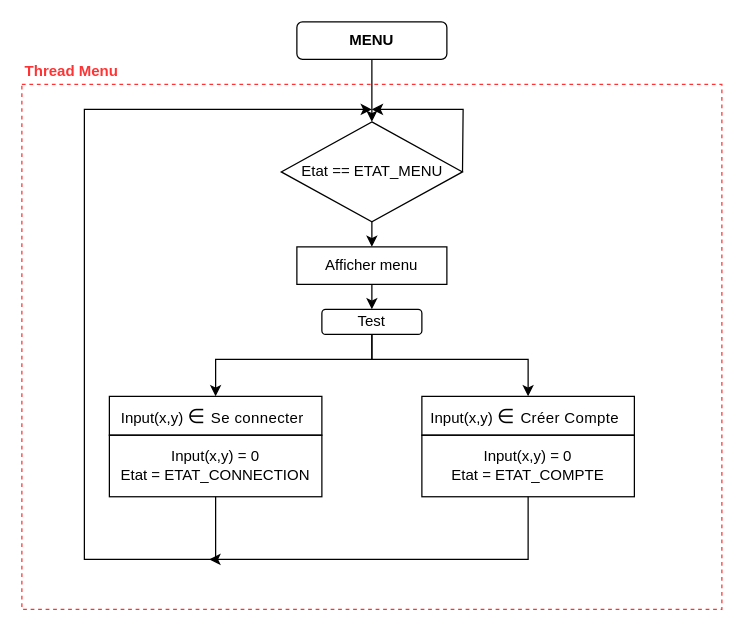
Before: page "Menu Thread" (2 of 4) of AffichageBottle.drawio in lucasmaisonnave/BottleV2, a draw.io diagram. Source tidied: cells renumbered, new cells numbered last; positions are measured from the earlier drawing's top-left corner, leaving out a move shared by most shapes. Both pictures are drawn from the tidied source at 125%, with x=0, y=0 at pixel (21, 21).
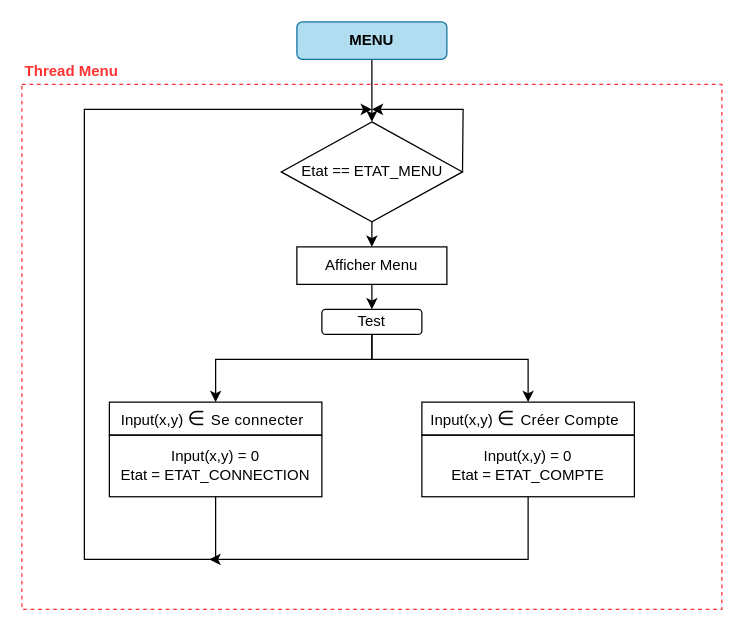
Above is the later version.

The change refers to these unchanged cells:
```xml
<mxCell id="12" style="group;" parent="1" vertex="1">
  <mxGeometry x="70" y="314.2" width="170" height="65.8" as="geometry" />
</mxCell>
<mxCell id="15" style="group;" parent="1" vertex="1">
  <mxGeometry x="320" y="314.2" width="170" height="65.8" as="geometry" />
</mxCell>
```

Diff of the diagram source:
```diff
@@
-    <mxCell id="8" value="&lt;font color=&quot;#000000&quot;&gt;MENU&lt;/font&gt;" style="rounded=1;whiteSpace=wrap;html=1;strokeColor=#000000;fillColor=none;gradientColor=none;fontColor=#FF3333;fontStyle=1;" parent="1" vertex="1">
+    <mxCell id="8" value="&lt;font color=&quot;#000000&quot;&gt;MENU&lt;/font&gt;" style="rounded=1;whiteSpace=wrap;html=1;strokeColor=#10739e;fillColor=#b1ddf0;fontStyle=1;" parent="1" vertex="1">
       <mxGeometry x="220" width="120" height="30" as="geometry" />
     </mxCell>
@@
-    <mxCell id="11" value="Afficher menu" style="rounded=0;whiteSpace=wrap;html=1;strokeColor=#000000;fillColor=none;gradientColor=none;fontColor=#000000;" parent="1" vertex="1">
+    <mxCell id="11" value="Afficher Menu" style="rounded=0;whiteSpace=wrap;html=1;strokeColor=#000000;fillColor=none;gradientColor=none;fontColor=#000000;" parent="1" vertex="1">
       <mxGeometry x="220" y="180" width="120" height="30" as="geometry" />
     </mxCell>
@@
     <mxCell id="14" value="Input(x,y)&amp;nbsp;&lt;span style=&quot;font-family: &amp;#34;open sans&amp;#34; ; font-size: 16px ; letter-spacing: 0.3px&quot;&gt;∈ &lt;/span&gt;&lt;span style=&quot;letter-spacing: 0.3px&quot;&gt;&lt;font style=&quot;font-size: 12px&quot;&gt;Se connecter&lt;/font&gt;&lt;/span&gt;&lt;span style=&quot;font-family: &amp;#34;open sans&amp;#34; ; font-size: 16px ; letter-spacing: 0.3px&quot;&gt;&amp;nbsp;&lt;/span&gt;" style="rounded=0;whiteSpace=wrap;html=1;strokeColor=#000000;fillColor=none;gradientColor=none;fontColor=#000000;align=center;" parent="12" vertex="1">
-      <mxGeometry y="-14.6" width="170" height="31.1" as="geometry" />
+      <mxGeometry y="-10" width="170" height="26.4" as="geometry" />
     </mxCell>
@@
     <mxCell id="17" value="Input(x,y)&amp;nbsp;&lt;span style=&quot;font-family: &amp;#34;open sans&amp;#34; ; font-size: 16px ; letter-spacing: 0.3px&quot;&gt;∈ &lt;/span&gt;&lt;span style=&quot;letter-spacing: 0.3px&quot;&gt;&lt;font style=&quot;font-size: 12px&quot;&gt;Créer Compte&lt;/font&gt;&lt;/span&gt;&lt;span style=&quot;font-family: &amp;#34;open sans&amp;#34; ; font-size: 16px ; letter-spacing: 0.3px&quot;&gt;&amp;nbsp;&lt;/span&gt;" style="rounded=0;whiteSpace=wrap;html=1;strokeColor=#000000;fillColor=none;gradientColor=none;fontColor=#000000;align=center;" parent="15" vertex="1">
-      <mxGeometry y="-14.6" width="170" height="31.1" as="geometry" />
+      <mxGeometry y="-10" width="170" height="26.4" as="geometry" />
     </mxCell>
```
